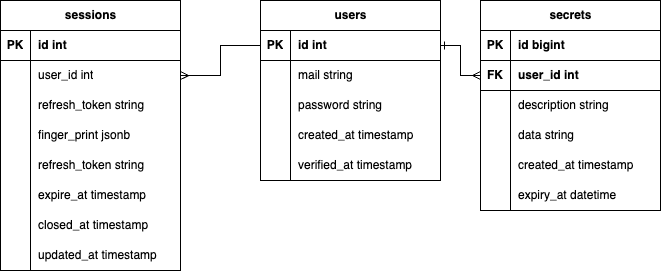
jbakhtin/goph-keeper keeps this draw.io diagram as docs/images/db-structure.drawio.png. Above is the earlier version. Source tidied: cells renumbered, new cells last; positions are measured from the earlier drawing's top-left corner, leaving out a move shared by most shapes.
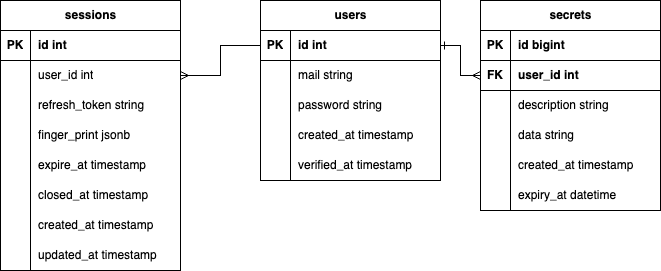
The same diagram one commit later.

What changed in the source:
```diff
@@ -149,17 +149,8 @@
     <mxCell id="50" value="finger_print jsonb" style="shape=partialRectangle;fillColor=none;top=0;left=0;bottom=0;right=0;align=left;spacingLeft=6;overflow=hidden;whiteSpace=wrap;html=1;" parent="48" vertex="1">
       <mxGeometry x="30" width="150" height="30" as="geometry" />
     </mxCell>
-    <mxCell id="51" style="shape=tableRow;horizontal=0;startSize=0;swimlaneHead=0;swimlaneBody=0;fillColor=none;top=0;left=0;right=0;bottom=0;" parent="38" vertex="1">
-      <mxGeometry y="150" width="180" height="30" as="geometry" />
-    </mxCell>
-    <mxCell id="52" style="shape=partialRectangle;fillColor=none;top=0;left=0;bottom=0;right=0;overflow=hidden;whiteSpace=wrap;html=1;" parent="51" vertex="1">
-      <mxGeometry width="30" height="30" as="geometry" />
-    </mxCell>
-    <mxCell id="53" value="refresh_token string" style="shape=partialRectangle;fillColor=none;top=0;left=0;bottom=0;right=0;align=left;spacingLeft=6;overflow=hidden;whiteSpace=wrap;html=1;" parent="51" vertex="1">
-      <mxGeometry x="30" width="150" height="30" as="geometry" />
-    </mxCell>
     <mxCell id="54" style="shape=tableRow;horizontal=0;startSize=0;swimlaneHead=0;swimlaneBody=0;fillColor=none;top=0;left=0;right=0;bottom=0;" parent="38" vertex="1">
-      <mxGeometry y="180" width="180" height="30" as="geometry" />
+      <mxGeometry y="150" width="180" height="30" as="geometry" />
     </mxCell>
     <mxCell id="55" style="shape=partialRectangle;fillColor=none;top=0;left=0;bottom=0;right=0;overflow=hidden;whiteSpace=wrap;html=1;" parent="54" vertex="1">
       <mxGeometry width="30" height="30" as="geometry" />
@@ -168,7 +159,7 @@
       <mxGeometry x="30" width="150" height="30" as="geometry" />
     </mxCell>
     <mxCell id="57" style="shape=tableRow;horizontal=0;startSize=0;swimlaneHead=0;swimlaneBody=0;fillColor=none;top=0;left=0;right=0;bottom=0;" parent="38" vertex="1">
-      <mxGeometry y="210" width="180" height="30" as="geometry" />
+      <mxGeometry y="180" width="180" height="30" as="geometry" />
     </mxCell>
     <mxCell id="58" style="shape=partialRectangle;fillColor=none;top=0;left=0;bottom=0;right=0;overflow=hidden;whiteSpace=wrap;html=1;" parent="57" vertex="1">
       <mxGeometry width="30" height="30" as="geometry" />
@@ -176,6 +167,15 @@
     <mxCell id="59" value="closed_at timestamp" style="shape=partialRectangle;fillColor=none;top=0;left=0;bottom=0;right=0;align=left;spacingLeft=6;overflow=hidden;whiteSpace=wrap;html=1;" parent="57" vertex="1">
       <mxGeometry x="30" width="150" height="30" as="geometry" />
     </mxCell>
+    <mxCell id="64" style="shape=tableRow;horizontal=0;startSize=0;swimlaneHead=0;swimlaneBody=0;fillColor=none;top=0;left=0;right=0;bottom=0;" parent="38" vertex="1">
+      <mxGeometry y="210" width="180" height="30" as="geometry" />
+    </mxCell>
+    <mxCell id="52" style="shape=partialRectangle;fillColor=none;top=0;left=0;bottom=0;right=0;overflow=hidden;whiteSpace=wrap;html=1;" parent="64" vertex="1">
+      <mxGeometry width="30" height="30" as="geometry" />
+    </mxCell>
+    <mxCell id="65" value="created_at timestamp" style="shape=partialRectangle;fillColor=none;top=0;left=0;bottom=0;right=0;align=left;spacingLeft=6;overflow=hidden;whiteSpace=wrap;html=1;" parent="64" vertex="1">
+      <mxGeometry x="30" width="150" height="30" as="geometry" />
+    </mxCell>
     <mxCell id="60" style="shape=tableRow;horizontal=0;startSize=0;swimlaneHead=0;swimlaneBody=0;fillColor=none;top=0;left=0;right=0;bottom=0;" parent="38" vertex="1">
       <mxGeometry y="240" width="180" height="30" as="geometry" />
     </mxCell>
```
